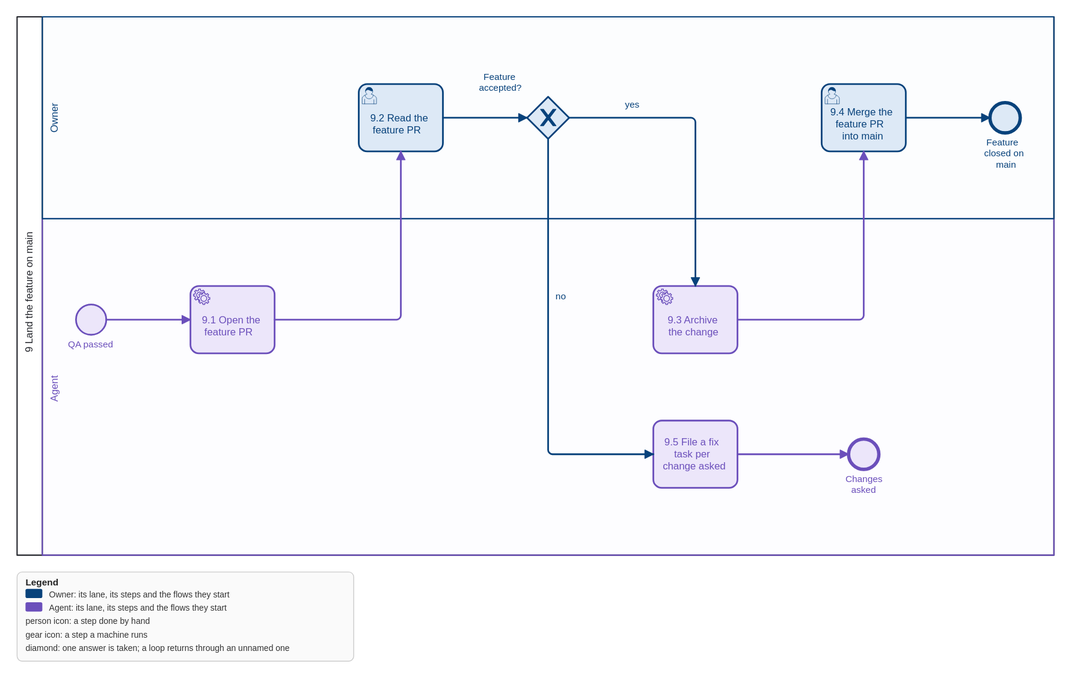
Above: openspec/changes/feature-flow/models/land.svg in qsmark-labs/qsm-marketplace (BPMN), before the change. Its source is kept beside it as openspec/changes/feature-flow/models/land.bpmn. Ids are renumbered.
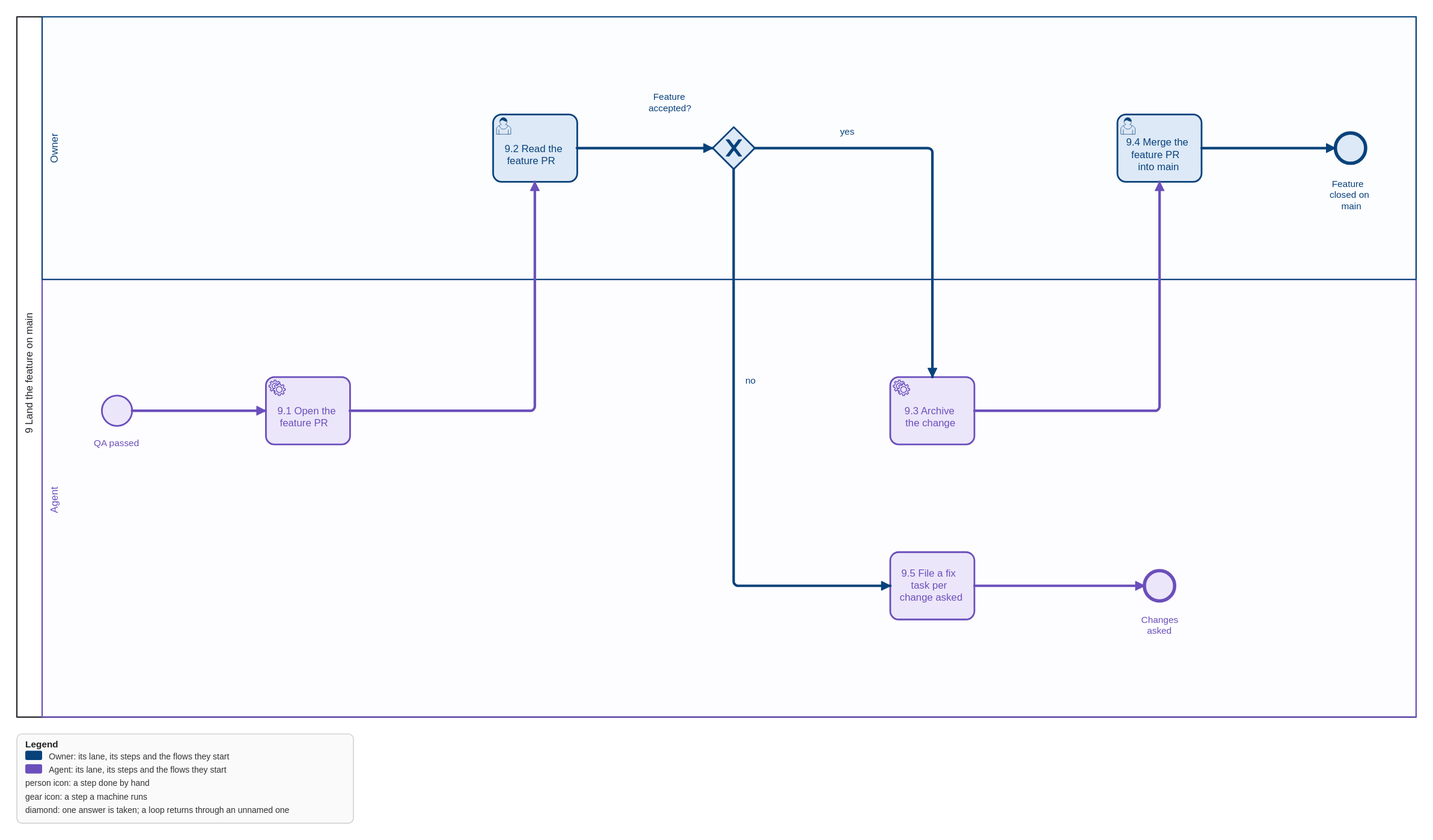
Later version of the same file.

What changed in the source:
```diff
@@ -64,95 +64,61 @@
   <bpmndi:BPMNDiagram id="BPMNDiagram_land_collab">
     <bpmndi:BPMNPlane id="BPMNPlane_land_collab" bpmnElement="land_collab">
       <bpmndi:BPMNShape id="BPMNShape_land_pool" bpmnElement="land_pool" isHorizontal="true">
-        <dc:Bounds x="80" y="80" width="1232" height="640" />
+        <dc:Bounds x="80" y="80" width="1663.2" height="832" />
       </bpmndi:BPMNShape>
       <bpmndi:BPMNShape id="BPMNShape_lane_0" bpmnElement="lane_0" bioc:stroke="#08427b" bioc:fill="#f3f7fc" color:border-color="#08427b" color:background-color="#f3f7fc" isHorizontal="true">
-        <dc:Bounds x="110" y="80" width="1202" height="240" />
+        <dc:Bounds x="110" y="80" width="1633.2" height="312" />
       </bpmndi:BPMNShape>
       <bpmndi:BPMNShape id="BPMNShape_lane_1" bpmnElement="lane_1" bioc:stroke="#6b4fbb" bioc:fill="#f8f6fd" color:border-color="#6b4fbb" color:background-color="#f8f6fd" isHorizontal="true">
-        <dc:Bounds x="110" y="320" width="1202" height="400" />
+        <dc:Bounds x="110" y="392" width="1633.2" height="520" />
       </bpmndi:BPMNShape>
       <bpmndi:BPMNShape id="BPMNShape_passed" bpmnElement="passed" bioc:stroke="#6b4fbb" bioc:fill="#ebe5fa" color:border-color="#6b4fbb" color:background-color="#ebe5fa">
-        <dc:Bounds x="150" y="422" width="36" height="36" />
+        <dc:Bounds x="180.8" y="530" width="36" height="36" />
         <bpmndi:BPMNLabel>
-          <dc:Bounds x="134" y="463" width="68" height="14" />
+          <dc:Bounds x="164.8" y="580" width="68" height="14" />
         </bpmndi:BPMNLabel>
       </bpmndi:BPMNShape>
       <bpmndi:BPMNShape id="BPMNShape_pr" bpmnElement="pr" bioc:stroke="#6b4fbb" bioc:fill="#ebe5fa" color:border-color="#6b4fbb" color:background-color="#ebe5fa">
-        <dc:Bounds x="286" y="400" width="100" height="80" />
+        <dc:Bounds x="375.6" y="508" width="100" height="80" />
       </bpmndi:BPMNShape>
       <bpmndi:BPMNShape id="BPMNShape_read" bpmnElement="read" bioc:stroke="#08427b" bioc:fill="#dce8f6" color:border-color="#08427b" color:background-color="#dce8f6">
-        <dc:Bounds x="486" y="160" width="100" height="80" />
+        <dc:Bounds x="645.6" y="196" width="100" height="80" />
       </bpmndi:BPMNShape>
       <bpmndi:BPMNShape id="BPMNShape_verdict" bpmnElement="verdict" bioc:stroke="#08427b" bioc:fill="#dce8f6" color:border-color="#08427b" color:background-color="#dce8f6" isMarkerVisible="true">
-        <dc:Bounds x="686" y="175" width="50" height="50" />
+        <dc:Bounds x="906.85" y="211" width="50" height="50" />
         <bpmndi:BPMNLabel>
-          <dc:Bounds x="623" y="145" width="67" height="28" />
+          <dc:Bounds x="824.7750000000001" y="168.7" width="67" height="28" />
         </bpmndi:BPMNLabel>
       </bpmndi:BPMNShape>
       <bpmndi:BPMNShape id="BPMNShape_archive" bpmnElement="archive" bioc:stroke="#6b4fbb" bioc:fill="#ebe5fa" color:border-color="#6b4fbb" color:background-color="#ebe5fa">
-        <dc:Bounds x="836" y="400" width="100" height="80" />
+        <dc:Bounds x="1118.1000000000001" y="508" width="100" height="80" />
       </bpmndi:BPMNShape>
       <bpmndi:BPMNShape id="BPMNShape_merge" bpmnElement="merge" bioc:stroke="#08427b" bioc:fill="#dce8f6" color:border-color="#08427b" color:background-color="#dce8f6">
-        <dc:Bounds x="1036" y="160" width="100" height="80" />
+        <dc:Bounds x="1388.1000000000001" y="196" width="100" height="80" />
       </bpmndi:BPMNShape>
       <bpmndi:BPMNShape id="BPMNShape_closed" bpmnElement="closed" bioc:stroke="#08427b" bioc:fill="#dce8f6" color:border-color="#08427b" color:background-color="#dce8f6">
-        <dc:Bounds x="1236" y="182" width="36" height="36" />
+        <dc:Bounds x="1646.9" y="218" width="36" height="36" />
         <bpmndi:BPMNLabel>
-          <dc:Bounds x="1222" y="223" width="64" height="42" />
+          <dc:Bounds x="1632.9" y="272.20000000000005" width="64" height="42" />
         </bpmndi:BPMNLabel>
       </bpmndi:BPMNShape>
       <bpmndi:BPMNShape id="BPMNShape_fixTask" bpmnElement="fixTask" bioc:stroke="#6b4fbb" bioc:fill="#ebe5fa" color:border-color="#6b4fbb" color:background-color="#ebe5fa">
-        <dc:Bounds x="836" y="560" width="100" height="80" />
+        <dc:Bounds x="1118.1000000000001" y="716" width="100" height="80" />
       </bpmndi:BPMNShape>
       <bpmndi:BPMNShape id="BPMNShape_asked" bpmnElement="asked" bioc:stroke="#6b4fbb" bioc:fill="#ebe5fa" color:border-color="#6b4fbb" color:background-color="#ebe5fa">
-        <dc:Bounds x="1068" y="582" width="36" height="36" />
+        <dc:Bounds x="1420.1000000000001" y="738" width="36" height="36" />
         <bpmndi:BPMNLabel>
-          <dc:Bounds x="1059" y="623" width="55" height="28" />
+          <dc:Bounds x="1411.275" y="790.1" width="55" height="28" />
         </bpmndi:BPMNLabel>
       </bpmndi:BPMNShape>
-      <bpmndi:BPMNEdge id="BPMNEdge_f_passed_pr" bpmnElement="f_passed_pr" bioc:stroke="#6b4fbb" color:border-color="#6b4fbb">
-        <di:waypoint x="186" y="440" />
-        <di:waypoint x="286" y="440" />
-      </bpmndi:BPMNEdge>
-      <bpmndi:BPMNEdge id="BPMNEdge_f_pr_read" bpmnElement="f_pr_read" bioc:stroke="#6b4fbb" color:border-color="#6b4fbb">
-        <di:waypoint x="386" y="440" />
-        <di:waypoint x="536" y="440" />
-        <di:waypoint x="536" y="240" />
-      </bpmndi:BPMNEdge>
-      <bpmndi:BPMNEdge id="BPMNEdge_f_read_verdict" bpmnElement="f_read_verdict" bioc:stroke="#08427b" color:border-color="#08427b">
-        <di:waypoint x="586" y="200" />
-        <di:waypoint x="686" y="200" />
-      </bpmndi:BPMNEdge>
-      <bpmndi:BPMNEdge id="BPMNEdge_f_verdict_archive" bpmnElement="f_verdict_archive" bioc:stroke="#08427b" color:border-color="#08427b">
-        <di:waypoint x="736" y="200" />
-        <di:waypoint x="886" y="200" />
-        <di:waypoint x="886" y="400" />
-        <bpmndi:BPMNLabel>
-          <dc:Bounds x="799" y="178" width="25" height="14" />
-        </bpmndi:BPMNLabel>
-      </bpmndi:BPMNEdge>
-      <bpmndi:BPMNEdge id="BPMNEdge_f_archive_merge" bpmnElement="f_archive_merge" bioc:stroke="#6b4fbb" color:border-color="#6b4fbb">
-        <di:waypoint x="936" y="440" />
-        <di:waypoint x="1086" y="440" />
-        <di:waypoint x="1086" y="240" />
-      </bpmndi:BPMNEdge>
-      <bpmndi:BPMNEdge id="BPMNEdge_f_merge_closed" bpmnElement="f_merge_closed" bioc:stroke="#08427b" color:border-color="#08427b">
-        <di:waypoint x="1136" y="200" />
-        <di:waypoint x="1236" y="200" />
-      </bpmndi:BPMNEdge>
-      <bpmndi:BPMNEdge id="BPMNEdge_f_verdict_fixTask" bpmnElement="f_verdict_fixTask" bioc:stroke="#08427b" color:border-color="#08427b">
-        <di:waypoint x="711" y="225" />
-        <di:waypoint x="711" y="600" />
-        <di:waypoint x="836" y="600" />
-        <bpmndi:BPMNLabel>
-          <dc:Bounds x="717" y="406" width="18" height="14" />
-        </bpmndi:BPMNLabel>
-      </bpmndi:BPMNEdge>
-      <bpmndi:BPMNEdge id="BPMNEdge_f_fixTask_asked" bpmnElement="f_fixTask_asked" bioc:stroke="#6b4fbb" color:border-color="#6b4fbb">
-        <di:waypoint x="936" y="600" />
-        <di:waypoint x="1068" y="600" />
-      </bpmndi:BPMNEdge>
+      <bpmndi:BPMNEdge id="BPMNEdge_f_passed_pr" bpmnElement="f_passed_pr" bioc:stroke="#6b4fbb" color:border-color="#6b4fbb"><di:waypoint x="216.8" y="548" /><di:waypoint x="375.6" y="548" /></bpmndi:BPMNEdge>
+      <bpmndi:BPMNEdge id="BPMNEdge_f_pr_read" bpmnElement="f_pr_read" bioc:stroke="#6b4fbb" color:border-color="#6b4fbb"><di:waypoint x="475.6" y="548" /><di:waypoint x="695.6" y="548" /><di:waypoint x="695.6" y="276" /></bpmndi:BPMNEdge>
+      <bpmndi:BPMNEdge id="BPMNEdge_f_read_verdict" bpmnElement="f_read_verdict" bioc:stroke="#08427b" color:border-color="#08427b"><di:waypoint x="745.6" y="236" /><di:waypoint x="906.85" y="236" /></bpmndi:BPMNEdge>
+      <bpmndi:BPMNEdge id="BPMNEdge_f_verdict_archive" bpmnElement="f_verdict_archive" bioc:stroke="#08427b" color:border-color="#08427b"><di:waypoint x="956.85" y="236" /><di:waypoint x="1168.1000000000001" y="236" /><di:waypoint x="1168.1000000000001" y="508" /><bpmndi:BPMNLabel><dc:Bounds x="1055.025" y="209.5" width="25" height="14" /></bpmndi:BPMNLabel></bpmndi:BPMNEdge>
+      <bpmndi:BPMNEdge id="BPMNEdge_f_archive_merge" bpmnElement="f_archive_merge" bioc:stroke="#6b4fbb" color:border-color="#6b4fbb"><di:waypoint x="1218.1000000000001" y="548" /><di:waypoint x="1438.1000000000001" y="548" /><di:waypoint x="1438.1000000000001" y="276" /></bpmndi:BPMNEdge>
+      <bpmndi:BPMNEdge id="BPMNEdge_f_merge_closed" bpmnElement="f_merge_closed" bioc:stroke="#08427b" color:border-color="#08427b"><di:waypoint x="1488.1000000000001" y="236" /><di:waypoint x="1646.9" y="236" /></bpmndi:BPMNEdge>
+      <bpmndi:BPMNEdge id="BPMNEdge_f_verdict_fixTask" bpmnElement="f_verdict_fixTask" bioc:stroke="#08427b" color:border-color="#08427b"><di:waypoint x="931.85" y="261" /><di:waypoint x="931.85" y="756" /><di:waypoint x="1118.1000000000001" y="756" /><bpmndi:BPMNLabel><dc:Bounds x="943.1" y="505.9000000000001" width="18" height="14" /></bpmndi:BPMNLabel></bpmndi:BPMNEdge>
+      <bpmndi:BPMNEdge id="BPMNEdge_f_fixTask_asked" bpmnElement="f_fixTask_asked" bioc:stroke="#6b4fbb" color:border-color="#6b4fbb"><di:waypoint x="1218.1000000000001" y="756" /><di:waypoint x="1420.1000000000001" y="756" /></bpmndi:BPMNEdge>
     </bpmndi:BPMNPlane>
   </bpmndi:BPMNDiagram>
 </bpmn:definitions>
```
